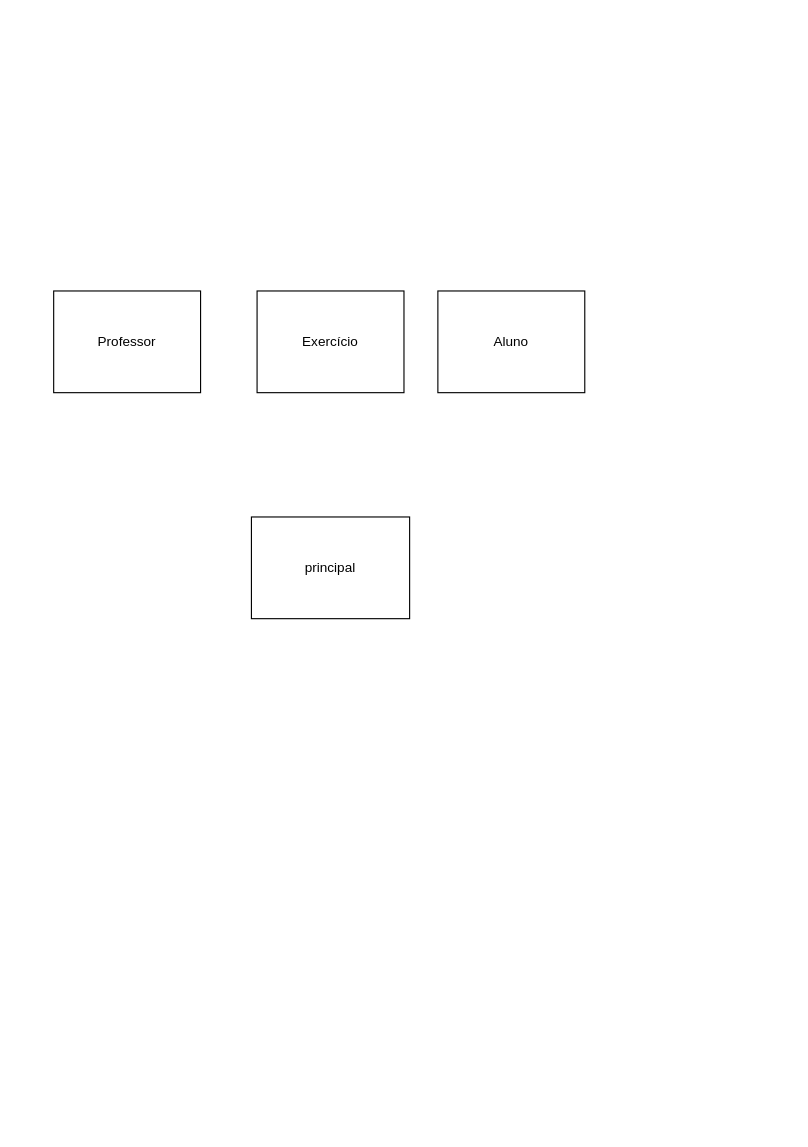
The draw.io diagram Diagrama sem nome.drawio in livramos/Modelagem-de-Dados-, before the edit. Source tidied: cells renumbered, new cells numbered last; positions are measured from the earlier drawing's top-left corner, leaving out a move shared by most shapes. Both pictures are drawn from the tidied source at 113%, with x=0, y=0 at pixel (53, 290).
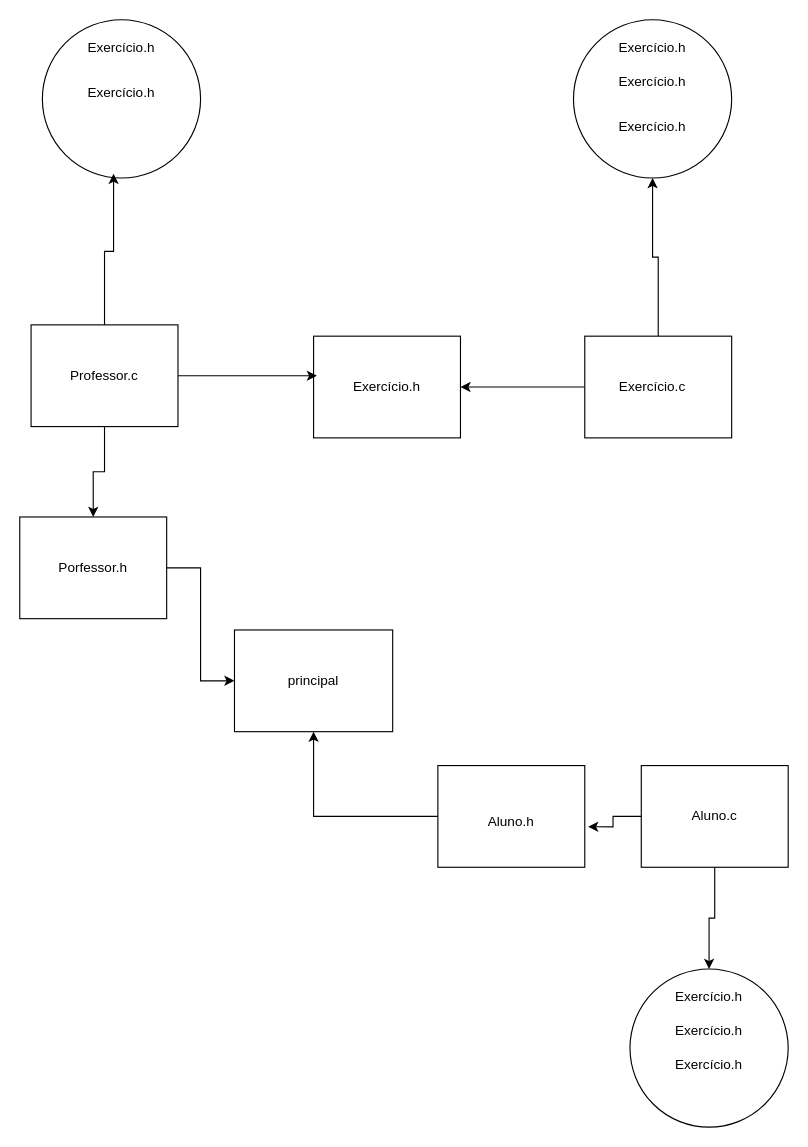
After the change.

Diff of the diagram source:
```diff
@@
     <mxCell id="2" style="rounded=0;whiteSpace=wrap;html=1;" parent="1" vertex="1">
-      <mxGeometry x="175" y="200" width="140" height="90" as="geometry" />
+      <mxGeometry x="160" y="300" width="140" height="90" as="geometry" />
     </mxCell>
     <mxCell id="3" value="principal" style="text;html=1;align=center;verticalAlign=middle;whiteSpace=wrap;rounded=0;" parent="1" vertex="1">
-      <mxGeometry x="215" y="230" width="60" height="30" as="geometry" />
+      <mxGeometry x="200" y="330" width="60" height="30" as="geometry" />
     </mxCell>
+    <mxCell id="10" style="edgeStyle=orthogonalEdgeStyle;rounded=0;jettySize=auto;html=1;entryX=0.5;entryY=0;entryDx=0;entryDy=0;" parent="1" edge="1" source="4" target="16">
+      <mxGeometry relative="1" as="geometry" />
+    </mxCell>
     <mxCell id="4" style="rounded=0;whiteSpace=wrap;html=1;" parent="1" vertex="1">
-      <mxGeometry width="130" height="90" as="geometry" />
+      <mxGeometry x="-20" y="30" width="130" height="90" as="geometry" />
     </mxCell>
-    <mxCell id="5" value="Professor" style="text;html=1;align=center;verticalAlign=middle;whiteSpace=wrap;rounded=0;" parent="1" vertex="1">
-      <mxGeometry x="35" y="30" width="60" height="30" as="geometry" />
+    <mxCell id="5" value="Professor.c" style="text;html=1;align=center;verticalAlign=middle;whiteSpace=wrap;rounded=0;" parent="1" vertex="1">
+      <mxGeometry x="15" y="60" width="60" height="30" as="geometry" />
     </mxCell>
+    <mxCell id="11" style="edgeStyle=orthogonalEdgeStyle;rounded=0;jettySize=auto;html=1;entryX=1;entryY=0.5;entryDx=0;entryDy=0;" parent="1" edge="1" source="6" target="14">
+      <mxGeometry relative="1" as="geometry" />
+    </mxCell>
+    <mxCell id="12" style="edgeStyle=orthogonalEdgeStyle;rounded=0;jettySize=auto;html=1;entryX=0.5;entryY=1;entryDx=0;entryDy=0;" parent="1" edge="1" source="6" target="25">
+      <mxGeometry relative="1" as="geometry" />
+    </mxCell>
     <mxCell id="6" style="rounded=0;whiteSpace=wrap;html=1;" parent="1" vertex="1">
-      <mxGeometry x="180" width="130" height="90" as="geometry" />
+      <mxGeometry x="470" y="40" width="130" height="90" as="geometry" />
     </mxCell>
-    <mxCell id="7" value="Exercício" style="text;html=1;align=center;verticalAlign=middle;whiteSpace=wrap;rounded=0;" parent="1" vertex="1">
-      <mxGeometry x="215" y="30" width="60" height="30" as="geometry" />
+    <mxCell id="7" value="Exercício.c" style="text;html=1;align=center;verticalAlign=middle;whiteSpace=wrap;rounded=0;" parent="1" vertex="1">
+      <mxGeometry x="500" y="70" width="60" height="30" as="geometry" />
     </mxCell>
+    <mxCell id="13" style="edgeStyle=orthogonalEdgeStyle;rounded=0;jettySize=auto;html=1;entryX=0.5;entryY=0;entryDx=0;entryDy=0;" parent="1" edge="1" source="8" target="24">
+      <mxGeometry relative="1" as="geometry" />
+    </mxCell>
     <mxCell id="8" style="rounded=0;whiteSpace=wrap;html=1;" parent="1" vertex="1">
-      <mxGeometry x="340" width="130" height="90" as="geometry" />
+      <mxGeometry x="520" y="420" width="130" height="90" as="geometry" />
     </mxCell>
-    <mxCell id="9" value="Aluno" style="text;html=1;align=center;verticalAlign=middle;whiteSpace=wrap;rounded=0;" parent="1" vertex="1">
-      <mxGeometry x="375" y="30" width="60" height="30" as="geometry" />
+    <mxCell id="9" value="Aluno.c" style="text;html=1;align=center;verticalAlign=middle;whiteSpace=wrap;rounded=0;" parent="1" vertex="1">
+      <mxGeometry x="555" y="450" width="60" height="30" as="geometry" />
     </mxCell>
+    <mxCell id="14" style="rounded=0;whiteSpace=wrap;html=1;" parent="1" vertex="1">
+      <mxGeometry x="230" y="40" width="130" height="90" as="geometry" />
+    </mxCell>
+    <mxCell id="15" style="edgeStyle=orthogonalEdgeStyle;rounded=0;jettySize=auto;html=1;entryX=0;entryY=0.5;entryDx=0;entryDy=0;" parent="1" edge="1" source="16" target="2">
+      <mxGeometry relative="1" as="geometry" />
+    </mxCell>
+    <mxCell id="16" style="rounded=0;whiteSpace=wrap;html=1;" parent="1" vertex="1">
+      <mxGeometry x="-30" y="200" width="130" height="90" as="geometry" />
+    </mxCell>
+    <mxCell id="17" style="edgeStyle=orthogonalEdgeStyle;rounded=0;jettySize=auto;html=1;entryX=0.5;entryY=1;entryDx=0;entryDy=0;" parent="1" edge="1" source="18" target="2">
+      <mxGeometry relative="1" as="geometry" />
+    </mxCell>
+    <mxCell id="18" style="rounded=0;whiteSpace=wrap;html=1;" parent="1" vertex="1">
+      <mxGeometry x="340" y="420" width="130" height="90" as="geometry" />
+    </mxCell>
+    <mxCell id="19" value="Aluno.h" style="text;html=1;align=center;verticalAlign=middle;whiteSpace=wrap;rounded=0;" parent="1" vertex="1">
+      <mxGeometry x="375" y="455" width="60" height="30" as="geometry" />
+    </mxCell>
+    <mxCell id="20" style="edgeStyle=orthogonalEdgeStyle;rounded=0;jettySize=auto;html=1;entryX=1.023;entryY=0.602;entryDx=0;entryDy=0;entryPerimeter=0;" parent="1" edge="1" source="8" target="18">
+      <mxGeometry relative="1" as="geometry" />
+    </mxCell>
+    <mxCell id="21" value="Porfessor.h" style="text;html=1;align=center;verticalAlign=middle;whiteSpace=wrap;rounded=0;" parent="1" vertex="1">
+      <mxGeometry x="5" y="230" width="60" height="30" as="geometry" />
+    </mxCell>
+    <mxCell id="22" style="edgeStyle=orthogonalEdgeStyle;rounded=0;jettySize=auto;html=1;entryX=0.023;entryY=0.389;entryDx=0;entryDy=0;entryPerimeter=0;" parent="1" edge="1" source="4" target="14">
+      <mxGeometry relative="1" as="geometry" />
+    </mxCell>
+    <mxCell id="23" value="Exercício.h" style="text;html=1;align=center;verticalAlign=middle;whiteSpace=wrap;rounded=0;" parent="1" vertex="1">
+      <mxGeometry x="265" y="70" width="60" height="30" as="geometry" />
+    </mxCell>
+    <mxCell id="24" style="ellipse;whiteSpace=wrap;html=1;" parent="1" vertex="1">
+      <mxGeometry x="510" y="600" width="140" height="140" as="geometry" />
+    </mxCell>
+    <mxCell id="25" style="ellipse;whiteSpace=wrap;html=1;" parent="1" vertex="1">
+      <mxGeometry x="460" y="-240" width="140" height="140" as="geometry" />
+    </mxCell>
+    <mxCell id="26" style="ellipse;whiteSpace=wrap;html=1;" parent="1" vertex="1">
+      <mxGeometry x="-10" y="-240" width="140" height="140" as="geometry" />
+    </mxCell>
+    <mxCell id="27" style="edgeStyle=orthogonalEdgeStyle;rounded=0;jettySize=auto;html=1;entryX=0.45;entryY=0.974;entryDx=0;entryDy=0;entryPerimeter=0;" parent="1" edge="1" source="4" target="26">
+      <mxGeometry relative="1" as="geometry" />
+    </mxCell>
+    <mxCell id="28" value="Exercício.h" style="text;html=1;align=center;verticalAlign=middle;whiteSpace=wrap;rounded=0;" parent="1" vertex="1">
+      <mxGeometry x="500" y="-200" width="60" height="30" as="geometry" />
+    </mxCell>
+    <mxCell id="29" value="Exercício.h" style="text;html=1;align=center;verticalAlign=middle;whiteSpace=wrap;rounded=0;" parent="1" vertex="1">
+      <mxGeometry x="500" y="-230" width="60" height="30" as="geometry" />
+    </mxCell>
+    <mxCell id="30" value="Exercício.h" style="text;html=1;align=center;verticalAlign=middle;whiteSpace=wrap;rounded=0;" parent="1" vertex="1">
+      <mxGeometry x="30" y="-190" width="60" height="30" as="geometry" />
+    </mxCell>
+    <mxCell id="31" value="Exercício.h" style="text;html=1;align=center;verticalAlign=middle;whiteSpace=wrap;rounded=0;" parent="1" vertex="1">
+      <mxGeometry x="30" y="-230" width="60" height="30" as="geometry" />
+    </mxCell>
+    <mxCell id="32" value="Exercício.h" style="text;html=1;align=center;verticalAlign=middle;whiteSpace=wrap;rounded=0;" parent="1" vertex="1">
+      <mxGeometry x="500" y="-160" width="60" height="30" as="geometry" />
+    </mxCell>
+    <mxCell id="33" value="Exercício.h" style="text;html=1;align=center;verticalAlign=middle;whiteSpace=wrap;rounded=0;" parent="1" vertex="1">
+      <mxGeometry x="550" y="670" width="60" height="30" as="geometry" />
+    </mxCell>
+    <mxCell id="34" value="Exercício.h" style="text;html=1;align=center;verticalAlign=middle;whiteSpace=wrap;rounded=0;" parent="1" vertex="1">
+      <mxGeometry x="550" y="640" width="60" height="30" as="geometry" />
+    </mxCell>
+    <mxCell id="35" value="Exercício.h" style="text;html=1;align=center;verticalAlign=middle;whiteSpace=wrap;rounded=0;" parent="1" vertex="1">
+      <mxGeometry x="550" y="610" width="60" height="30" as="geometry" />
+    </mxCell>
```
